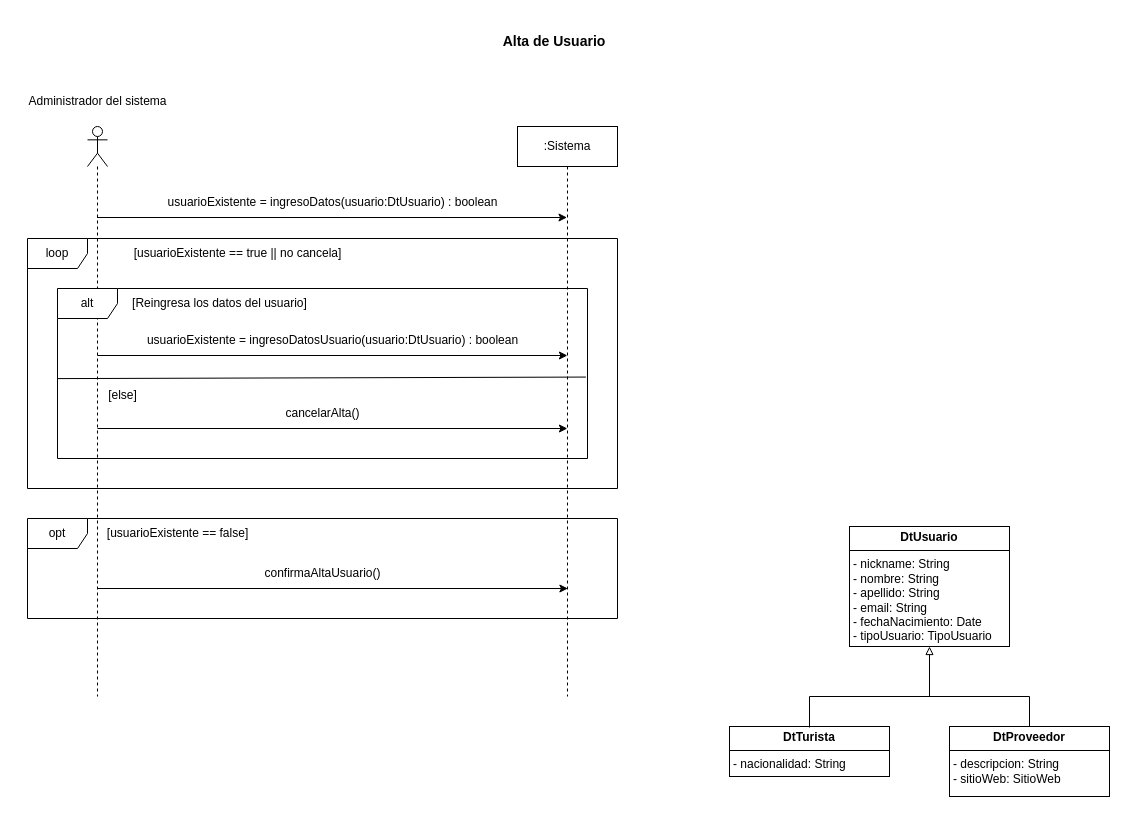
rofernandezm/Tencnoinf_Pap2025_Tarea1 keeps this draw.io diagram as page "CU1_AltaUsuario" (2 of 11) of resources/Tarea1.drawio. Above is the earlier version. Source tidied: cells renumbered, new cells numbered last; positions are measured from the earlier drawing's top-left corner, leaving out a move shared by most shapes. Both pictures are drawn from the tidied source at 100%, with x=0, y=0 at pixel (17, 26).
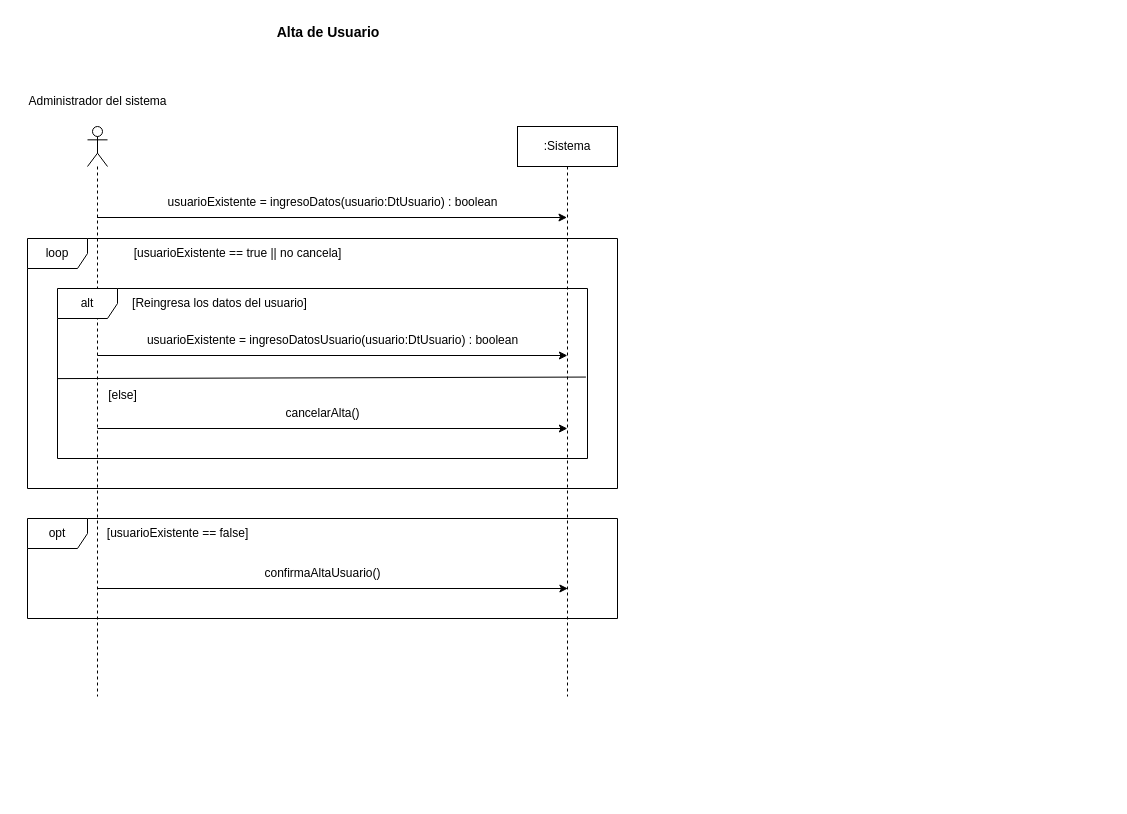
After the change.

What changed in the source:
```diff
@@
     <mxCell id="5" value="Alta de Usuario" style="text;html=1;align=center;verticalAlign=middle;whiteSpace=wrap;rounded=0;fontStyle=1;fontSize=14;" parent="1" vertex="1">
-      <mxGeometry x="452" width="170" height="30" as="geometry" />
+      <mxGeometry x="226" y="-9" width="170" height="30" as="geometry" />
     </mxCell>
-    <mxCell id="6" value="&lt;p style=&quot;margin:0px;margin-top:4px;text-align:center;&quot;&gt;&lt;b&gt;DtUsuario&lt;/b&gt;&lt;/p&gt;&lt;hr size=&quot;1&quot; style=&quot;border-style:solid;&quot;&gt;&lt;p style=&quot;margin:0px;margin-left:4px;&quot;&gt;- nickname: String&lt;/p&gt;&lt;p style=&quot;margin:0px;margin-left:4px;&quot;&gt;- nombre: String&lt;/p&gt;&lt;p style=&quot;margin:0px;margin-left:4px;&quot;&gt;- apellido: String&lt;/p&gt;&lt;p style=&quot;margin:0px;margin-left:4px;&quot;&gt;- email: String&lt;/p&gt;&lt;p style=&quot;margin:0px;margin-left:4px;&quot;&gt;- fechaNacimiento: Date&lt;/p&gt;&lt;p style=&quot;margin:0px;margin-left:4px;&quot;&gt;- tipoUsuario: TipoUsuario&lt;/p&gt;" style="verticalAlign=top;align=left;overflow=fill;html=1;whiteSpace=wrap;" parent="1" vertex="1">
-      <mxGeometry x="832" y="500" width="160" height="120" as="geometry" />
-    </mxCell>
-    <mxCell id="7" value="&lt;p style=&quot;margin:0px;margin-top:4px;text-align:center;&quot;&gt;&lt;b&gt;DtTurista&lt;/b&gt;&lt;/p&gt;&lt;hr size=&quot;1&quot; style=&quot;border-style:solid;&quot;&gt;&lt;p style=&quot;margin:0px;margin-left:4px;&quot;&gt;- nacionalidad: String&lt;/p&gt;" style="verticalAlign=top;align=left;overflow=fill;html=1;whiteSpace=wrap;" parent="1" vertex="1">
-      <mxGeometry x="712" y="700" width="160" height="50" as="geometry" />
-    </mxCell>
-    <mxCell id="8" value="&lt;p style=&quot;margin:0px;margin-top:4px;text-align:center;&quot;&gt;&lt;b&gt;DtProveedor&lt;/b&gt;&lt;/p&gt;&lt;hr size=&quot;1&quot; style=&quot;border-style:solid;&quot;&gt;&lt;p style=&quot;margin:0px;margin-left:4px;&quot;&gt;- descripcion: String&lt;/p&gt;&lt;p style=&quot;margin:0px;margin-left:4px;&quot;&gt;- sitioWeb: SitioWeb&lt;/p&gt;" style="verticalAlign=top;align=left;overflow=fill;html=1;whiteSpace=wrap;" parent="1" vertex="1">
-      <mxGeometry x="932" y="700" width="160" height="70" as="geometry" />
-    </mxCell>
-    <mxCell id="9" style="endArrow=none;html=1;rounded=0;entryX=0.5;entryY=0;entryDx=0;entryDy=0;" parent="1" edge="1" target="8">
-      <mxGeometry relative="1" as="geometry">
-        <mxPoint x="792" y="701" as="sourcePoint" />
-        <Array as="points">
-          <mxPoint x="792" y="670" />
-          <mxPoint x="1012" y="670" />
-        </Array>
-      </mxGeometry>
-    </mxCell>
-    <mxCell id="10" style="endArrow=block;html=1;rounded=0;entryX=0.5;entryY=1;entryDx=0;entryDy=0;endFill=0;" parent="1" edge="1" target="6">
-      <mxGeometry relative="1" as="geometry">
-        <mxPoint x="912" y="670" as="sourcePoint" />
-      </mxGeometry>
-    </mxCell>
```
